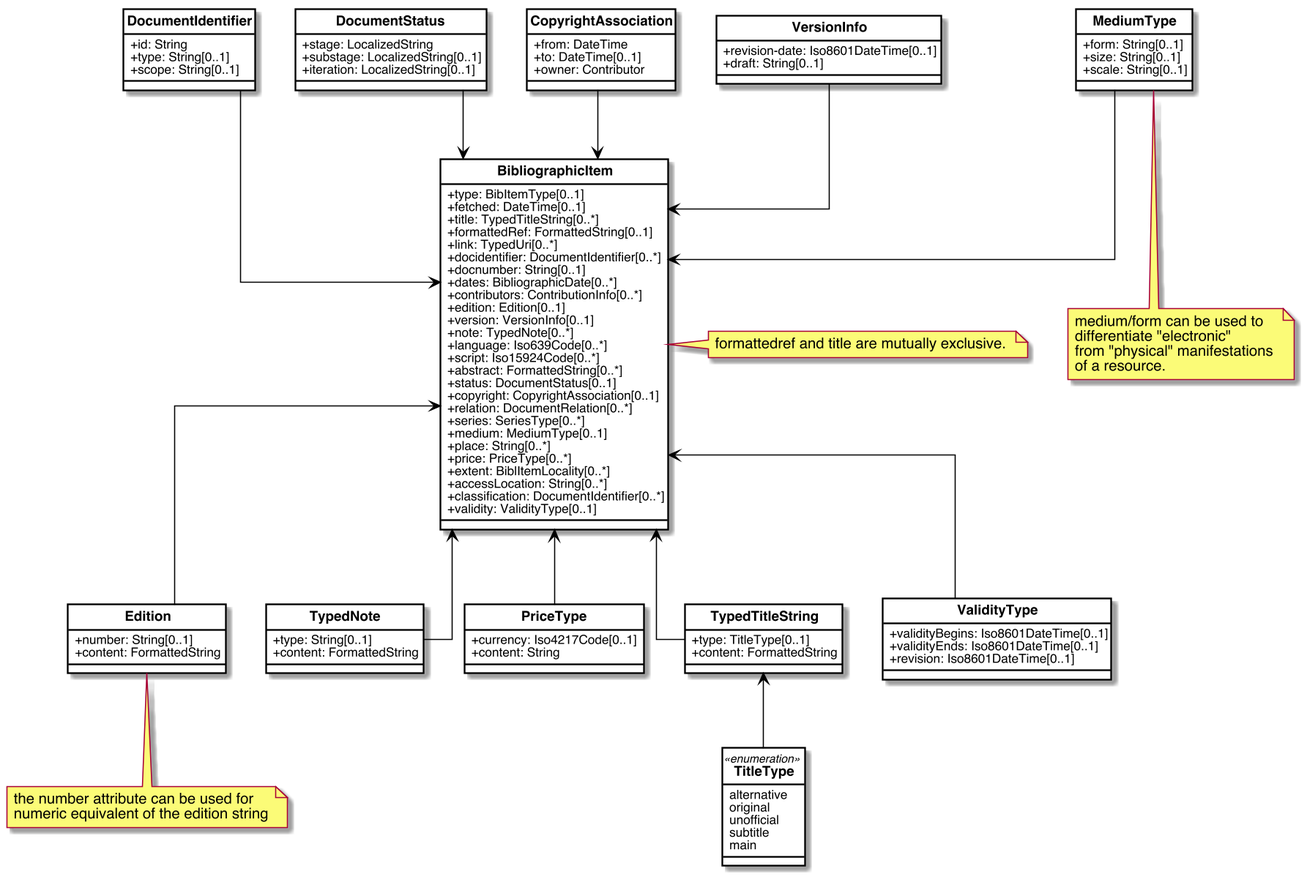
This is images/RelBib_BibliographicItem.png from relaton/relaton-models, a PlantUML export, as it was before one commit.
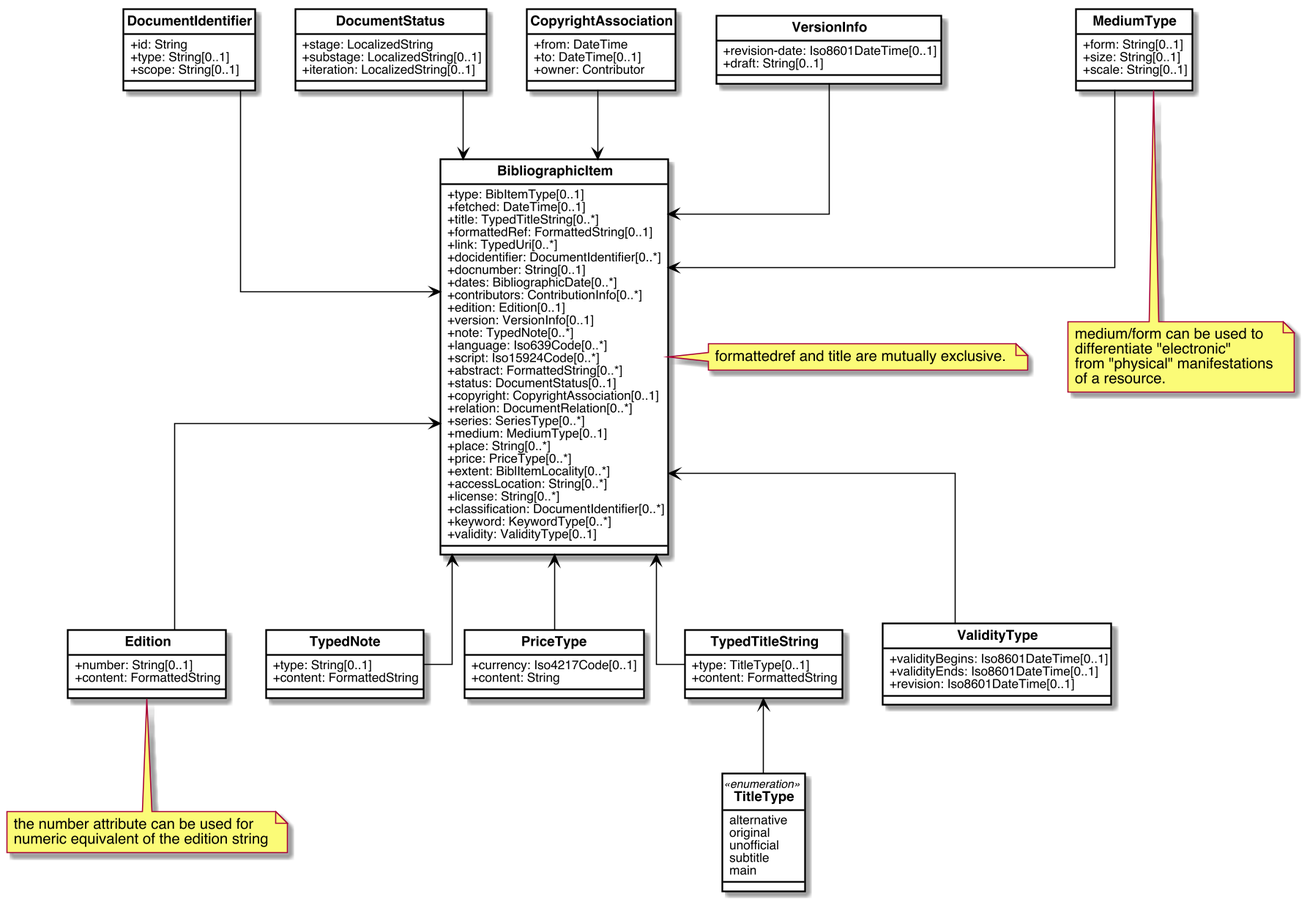
After the commit.

The edit, as a diff of the source:
```diff
@@ -66,7 +66,9 @@
     +price: PriceType[0..*]
     +extent: BiblItemLocality[0..*]
     +accessLocation: String[0..*]
+    +license: String[0..*]
     +classification: DocumentIdentifier[0..*]
+    +keyword: KeywordType[0..*]
     +validity: ValidityType[0..1]
 }
 
```
